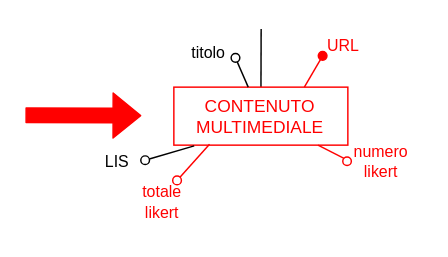
The draw.io diagram Progetto Esame - DBSperimentazioni A.A. 2023-2024/Diagrammi/ridondanze/2.3.1.1_schema1a.drawio in Mattron2000/Basi_di_dati, before the edit. Source tidied: cells renumbered, new cells numbered last; positions are measured from the earlier drawing's top-left corner, leaving out a move shared by most shapes. Both pictures are drawn from the tidied source at 145%, with x=0, y=0 at pixel (25, 25).
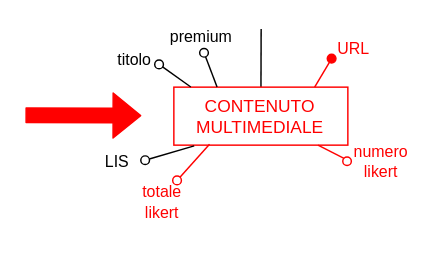
After the change.

The change refers to these unchanged cells:
```xml
<mxCell id="3" value="&lt;font color=&quot;#ff0000&quot;&gt;CONTENUTO&lt;br&gt;MULTIMEDIALE&lt;/font&gt;" style="rounded=0;whiteSpace=wrap;html=1;strokeColor=#FF0000;" parent="1" vertex="1">
  <mxGeometry x="102.4" y="42.6" width="120" height="40" as="geometry" />
</mxCell>
```

The edit, as a diff of the source:
```diff
@@
-    <mxCell id="4" style="endArrow=oval;html=1;fillStyle=auto;strokeWidth=1;startSize=6;endSize=6;fillColor=#000000;startArrow=none;startFill=0;endFill=0;strokeColor=#000000;" parent="1" edge="1" source="3">
-      <mxGeometry relative="1" as="geometry">
-        <mxPoint x="144.9" y="22.4" as="targetPoint" />
-      </mxGeometry>
-    </mxCell>
-    <mxCell id="5" value="titolo" style="edgeLabel;html=1;align=center;verticalAlign=middle;" parent="4" vertex="1">
-      <mxGeometry x="0.48" y="1" relative="1" as="geometry">
-        <mxPoint x="-21" y="-10" as="offset" />
-      </mxGeometry>
-    </mxCell>
@@
-    <mxCell id="12" value="&lt;font color=&quot;#ff0000&quot; style=&quot;font-size: 11px;&quot;&gt;URL&lt;/font&gt;" style="text;html=1;align=center;verticalAlign=middle;strokeColor=none;fillColor=none;" parent="1" vertex="1">
-      <mxGeometry x="198.9" width="40" height="27" as="geometry" />
-    </mxCell>
@@
-    <mxCell id="15" style="endArrow=oval;html=1;fillStyle=auto;strokeWidth=1;startSize=6;endSize=6;fillColor=#000000;startArrow=none;startFill=0;endFill=1;fontColor=#FF0000;strokeColor=#FF0000;exitX=0.75;exitY=0;exitDx=0;exitDy=0;" parent="1" edge="1" source="3">
-      <mxGeometry relative="1" as="geometry">
-        <mxPoint x="205" y="21" as="targetPoint" />
-      </mxGeometry>
-    </mxCell>
+    <mxCell id="16" style="endArrow=oval;html=1;fillStyle=auto;strokeWidth=1;startSize=6;endSize=6;fillColor=#000000;startArrow=none;startFill=0;endFill=0;exitX=0.109;exitY=0.001;exitDx=0;exitDy=0;exitPerimeter=0;" parent="1" edge="1">
+      <mxGeometry relative="1" as="geometry">
+        <mxPoint x="114.1" y="42.5" as="sourcePoint" />
+        <mxPoint x="92.2" y="26.9" as="targetPoint" />
+      </mxGeometry>
+    </mxCell>
+    <mxCell id="5" value="titolo" style="edgeLabel;html=1;align=center;verticalAlign=middle;" parent="16" vertex="1">
+      <mxGeometry x="0.48" y="1" relative="1" as="geometry">
+        <mxPoint x="-23" y="-8" as="offset" />
+      </mxGeometry>
+    </mxCell>
+    <mxCell id="17" style="edgeStyle=none;shape=connector;rounded=1;fillStyle=auto;html=1;labelBackgroundColor=default;strokeColor=default;strokeWidth=1;fontFamily=Helvetica;fontSize=11;fontColor=default;endArrow=none;endFill=0;startSize=6;endSize=6;fillColor=#000000;startArrow=oval;startFill=0;" parent="1" edge="1">
+      <mxGeometry relative="1" as="geometry">
+        <mxPoint x="123.2" y="18.9" as="sourcePoint" />
+        <mxPoint x="132.2" y="42.5" as="targetPoint" />
+      </mxGeometry>
+    </mxCell>
+    <mxCell id="18" value="premium" style="edgeLabel;html=1;align=center;verticalAlign=middle;fontSize=11;fontFamily=Helvetica;fontColor=default;" parent="17" vertex="1">
+      <mxGeometry x="-0.26" y="1" relative="1" as="geometry">
+        <mxPoint x="-7" y="-19" as="offset" />
+      </mxGeometry>
+    </mxCell>
+    <mxCell id="12" value="&lt;font color=&quot;#ff0000&quot; style=&quot;font-size: 11px;&quot;&gt;URL&lt;/font&gt;" style="text;html=1;align=center;verticalAlign=middle;strokeColor=none;fillColor=none;" parent="1" vertex="1">
+      <mxGeometry x="200.6" y="1.4" width="50" height="30" as="geometry" />
+    </mxCell>
+    <mxCell id="19" style="endArrow=oval;html=1;fillStyle=auto;strokeWidth=1;startSize=6;endSize=6;fillColor=#000000;startArrow=none;startFill=0;endFill=1;exitX=0.821;exitY=0.003;exitDx=0;exitDy=0;exitPerimeter=0;strokeColor=#FF0000;" parent="1" edge="1">
+      <mxGeometry relative="1" as="geometry">
+        <mxPoint x="199.5" y="42.6" as="sourcePoint" />
+        <mxPoint x="211.2" y="22.9" as="targetPoint" />
+      </mxGeometry>
+    </mxCell>
```
